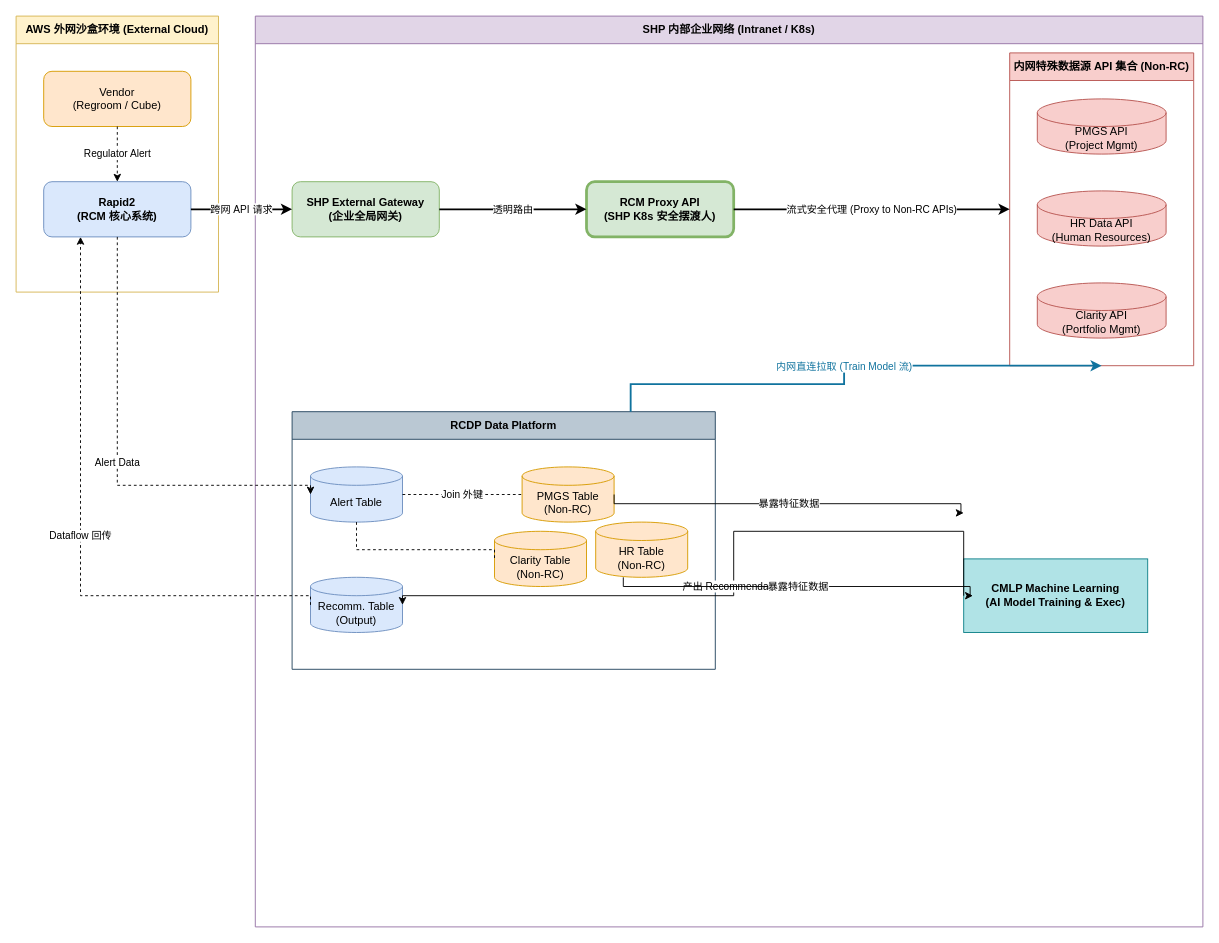
Earlier version of the draw.io diagram drawio/rcm_architecture.drawio (nvd11/f_store). Source tidied: cells renumbered, new cells numbered last; positions are measured from the earlier drawing's top-left corner, leaving out a move shared by most shapes. Both pictures are drawn from the tidied source at 92%, with x=0, y=0 at pixel (16, 16).
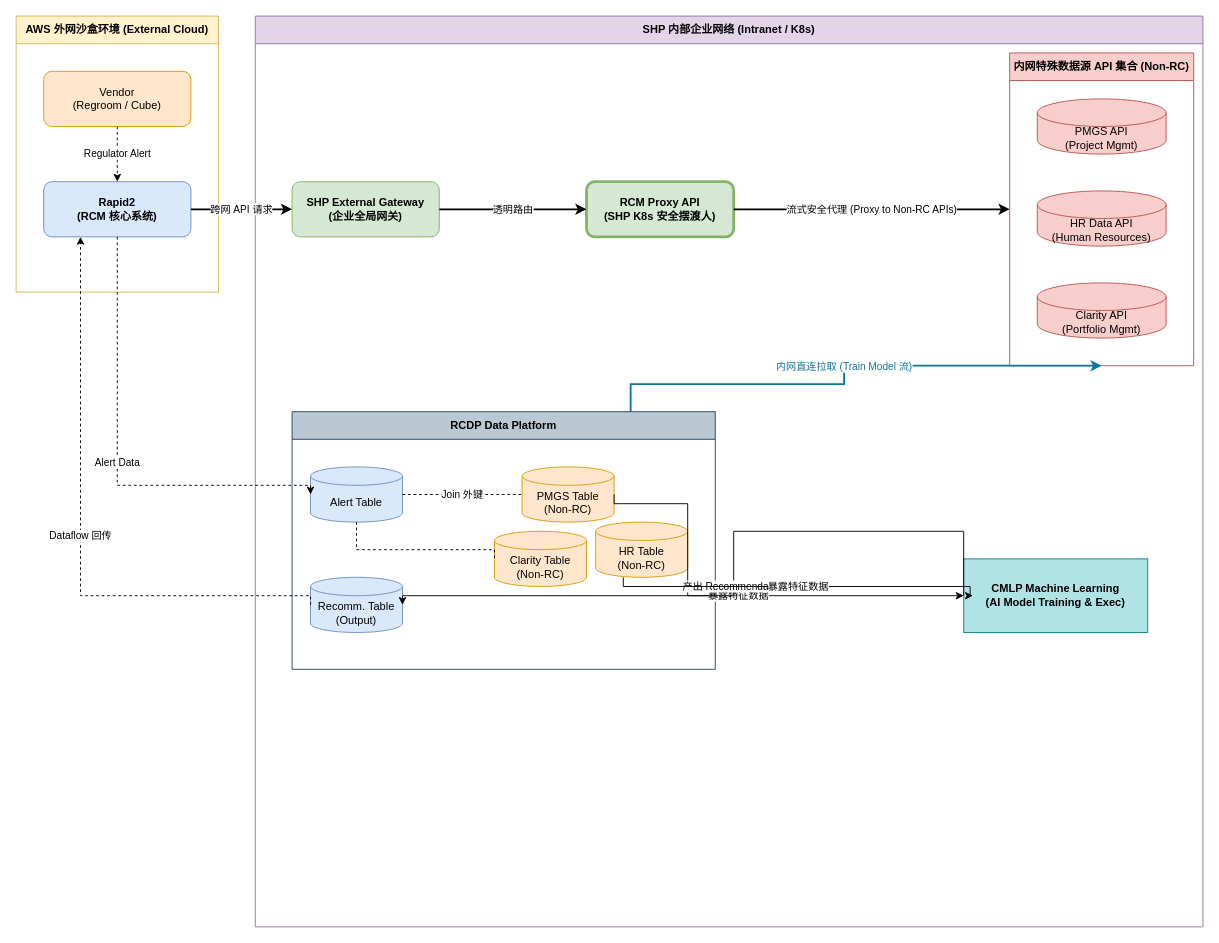
After the change.

Commit message:
fix(architecture): re-attach disconnected edge e8 to CMLP container

Unchanged cells that the change refers to:
```xml
<mxCell id="10" value="CMLP Machine Learning&#10;(AI Model Training &amp; Exec)" style="rounded=0;whiteSpace=wrap;html=1;fillColor=#b0e3e6;strokeColor=#0e8088;fontStyle=1;" parent="3" vertex="1">
  <mxGeometry x="770" y="590" width="200" height="80" as="geometry" />
</mxCell>
<mxCell id="17" value="PMGS Table&#10;(Non-RC)" style="shape=cylinder3;whiteSpace=wrap;html=1;boundedLbl=1;backgroundOutline=1;size=10;fillColor=#ffe6cc;strokeColor=#d79b00;" parent="14" vertex="1">
  <mxGeometry x="250" y="60" width="100" height="60" as="geometry" />
</mxCell>
```

Diff of the diagram source:
```diff
@@
-    <mxCell id="27" value="暴露特征数据" style="edgeStyle=orthogonalEdgeStyle;rounded=0;jettySize=auto;html=1;exitX=1;exitY=0.5;exitDx=0;exitDy=0;exitPerimeter=0;" parent="1" edge="1" source="17">
+    <mxCell id="27" value="暴露特征数据" style="edgeStyle=orthogonalEdgeStyle;rounded=0;jettySize=auto;html=1;exitX=1;exitY=0.5;exitDx=0;exitDy=0;exitPerimeter=0;entryX=0;entryY=0.5;entryDx=0;entryDy=0;" parent="1" edge="1" source="17" target="10">
       <mxGeometry relative="1" as="geometry">
-        <mxPoint x="1030" y="540" as="targetPoint" />
         <Array as="points">
-          <mxPoint x="650" y="530" />
-          <mxPoint x="1027" y="530" />
-          <mxPoint x="1027" y="540" />
+          <mxPoint x="730" y="530" />
         </Array>
       </mxGeometry>
     </mxCell>
```
